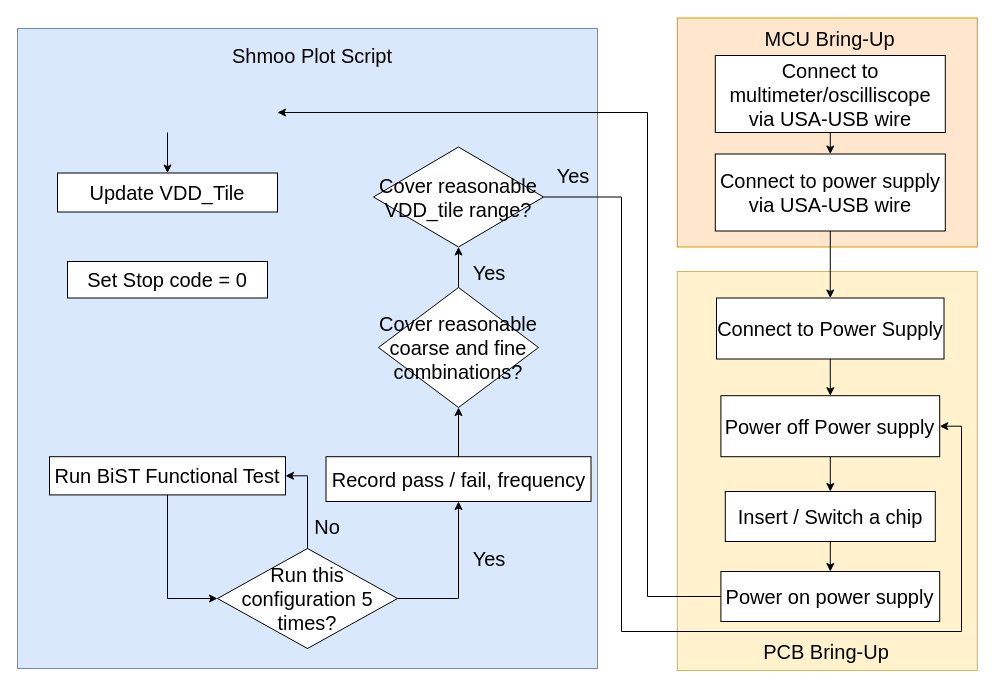
The draw.io diagram page "leakage_dynamic_current" (2 of 3) of lecture/images/presentation_diagrams.drawio in 1102131860/Validation_Chip_Characteristics, before the edit. Source tidied: cells renumbered, new cells numbered last; positions are measured from the earlier drawing's top-left corner, leaving out a move shared by most shapes. Both pictures are drawn from the tidied source at 100%, with x=0, y=0 at pixel (17, 17).
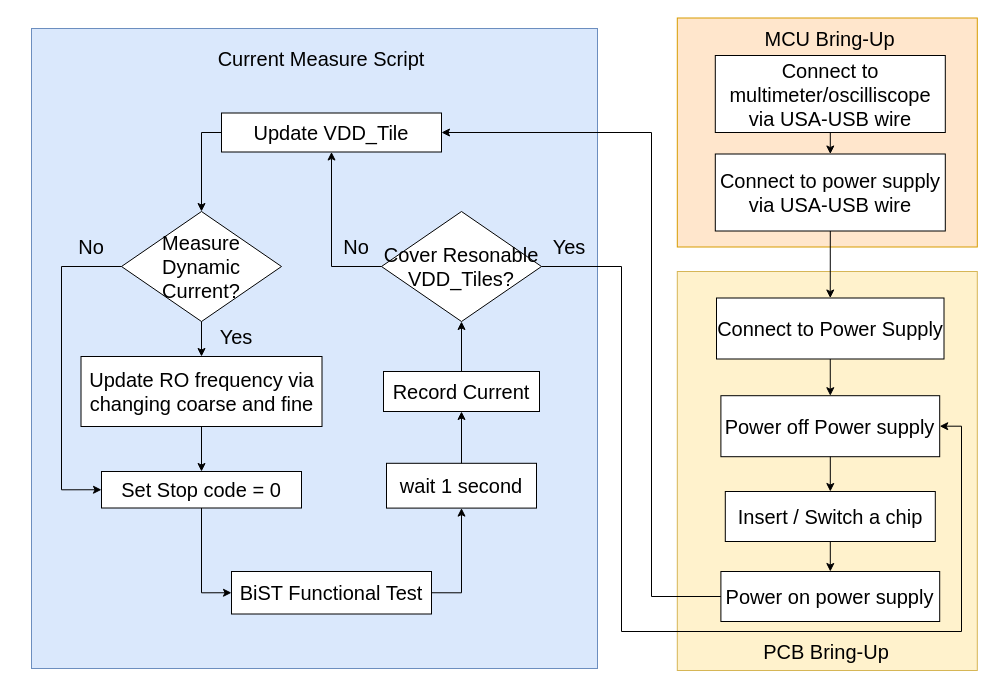
Above is the later version.

Unchanged cells that the change refers to:
```xml
<mxCell id="14" value="&lt;font style=&quot;font-size: 20px;&quot;&gt;Power on power supply&lt;/font&gt;" style="rounded=0;whiteSpace=wrap;html=1;" parent="1" vertex="1">
  <mxGeometry x="703.4" y="554" width="218.8" height="50" as="geometry" />
</mxCell>
<mxCell id="16" value="&lt;span&gt;Power off Power supply&lt;/span&gt;" style="rounded=0;whiteSpace=wrap;html=1;fontSize=20;" parent="1" vertex="1">
  <mxGeometry x="703.4" y="378.2" width="218.8" height="61" as="geometry" />
</mxCell>
```

Change to the diagram source:
```diff
@@
     <mxCell id="2" style="rounded=0;whiteSpace=wrap;html=1;fillColor=#dae8fc;strokeColor=#6c8ebf;" parent="1" vertex="1">
-      <mxGeometry y="11" width="580" height="640" as="geometry" />
+      <mxGeometry x="14" y="11" width="566" height="640" as="geometry" />
     </mxCell>
@@
-    <mxCell id="4" value="&lt;font style=&quot;font-size: 20px;&quot;&gt;Run BiST Functional Test&lt;/font&gt;" style="rounded=0;whiteSpace=wrap;html=1;" parent="1" vertex="1">
-      <mxGeometry x="32" y="439.2" width="236" height="38.2" as="geometry" />
-    </mxCell>
-    <mxCell id="5" value="&lt;font style=&quot;font-size: 20px;&quot;&gt;Cover reasonable coarse and fine combinations?&lt;/font&gt;" style="rhombus;whiteSpace=wrap;html=1;" parent="1" vertex="1">
-      <mxGeometry x="361" y="270" width="160" height="120" as="geometry" />
-    </mxCell>
-    <mxCell id="6" value="&lt;font style=&quot;font-size: 20px;&quot;&gt;Cover reasonable VDD_tile range?&lt;/font&gt;" style="rhombus;whiteSpace=wrap;html=1;" parent="1" vertex="1">
-      <mxGeometry x="356" y="129.5" width="170" height="100" as="geometry" />
-    </mxCell>
     <mxCell id="7" value="&lt;font style=&quot;font-size: 20px;&quot;&gt;Update VDD_Tile&lt;/font&gt;" style="rounded=0;whiteSpace=wrap;html=1;" parent="1" vertex="1">
-      <mxGeometry x="40" y="155.5" width="220" height="39" as="geometry" />
+      <mxGeometry x="204" y="95.5" width="220" height="39" as="geometry" />
     </mxCell>
-    <mxCell id="8" value="&lt;font style=&quot;font-size: 20px;&quot;&gt;Run this configuration 5 times?&lt;/font&gt;" style="rhombus;whiteSpace=wrap;html=1;" parent="1" vertex="1">
-      <mxGeometry x="200" y="531" width="180" height="100" as="geometry" />
-    </mxCell>
-    <mxCell id="9" value="&lt;font style=&quot;font-size: 20px;&quot;&gt;Record pass / fail, frequency&lt;/font&gt;" style="rounded=0;whiteSpace=wrap;html=1;" parent="1" vertex="1">
-      <mxGeometry x="308.5" y="439.2" width="265" height="44.8" as="geometry" />
-    </mxCell>
@@
-    <mxCell id="17" style="endArrow=classic;html=1;rounded=0;entryX=0.5;entryY=0;entryDx=0;entryDy=0;exitX=0.5;exitY=1;exitDx=0;exitDy=0;" parent="1" edge="1" target="7">
-      <mxGeometry relative="1" as="geometry">
-        <mxPoint x="150" y="115" as="sourcePoint" />
-      </mxGeometry>
-    </mxCell>
-    <mxCell id="18" style="endArrow=classic;html=1;rounded=0;exitX=0.5;exitY=1;exitDx=0;exitDy=0;entryX=0;entryY=0.5;entryDx=0;entryDy=0;edgeStyle=orthogonalEdgeStyle;" parent="1" edge="1" source="4" target="8">
-      <mxGeometry relative="1" as="geometry" />
-    </mxCell>
-    <mxCell id="19" style="endArrow=classic;html=1;rounded=0;exitX=1;exitY=0.5;exitDx=0;exitDy=0;entryX=0.5;entryY=1;entryDx=0;entryDy=0;edgeStyle=orthogonalEdgeStyle;" parent="1" edge="1" source="8" target="9">
-      <mxGeometry relative="1" as="geometry" />
-    </mxCell>
-    <mxCell id="20" style="endArrow=classic;html=1;rounded=0;exitX=0.5;exitY=0;exitDx=0;exitDy=0;entryX=1;entryY=0.5;entryDx=0;entryDy=0;edgeStyle=orthogonalEdgeStyle;" parent="1" edge="1" source="8" target="4">
-      <mxGeometry relative="1" as="geometry" />
-    </mxCell>
-    <mxCell id="21" style="endArrow=classic;html=1;rounded=0;entryX=0.5;entryY=1;entryDx=0;entryDy=0;exitX=0.5;exitY=0;exitDx=0;exitDy=0;" parent="1" edge="1" source="9" target="5">
-      <mxGeometry relative="1" as="geometry" />
-    </mxCell>
-    <mxCell id="22" style="endArrow=classic;html=1;rounded=0;exitX=0.5;exitY=0;exitDx=0;exitDy=0;entryX=0.5;entryY=1;entryDx=0;entryDy=0;" parent="1" edge="1" source="5" target="6">
-      <mxGeometry relative="1" as="geometry" />
-    </mxCell>
@@
-    <mxCell id="24" value="&lt;font style=&quot;font-size: 20px;&quot;&gt;Shmoo Plot Script&lt;/font&gt;" style="text;html=1;whiteSpace=wrap;strokeColor=none;fillColor=none;align=center;verticalAlign=middle;rounded=0;" parent="1" vertex="1">
-      <mxGeometry x="210" y="18" width="170" height="40.2" as="geometry" />
+    <mxCell id="24" value="&lt;font style=&quot;font-size: 20px;&quot;&gt;Current Measure Script&lt;/font&gt;" style="text;html=1;whiteSpace=wrap;strokeColor=none;fillColor=none;align=center;verticalAlign=middle;rounded=0;" parent="1" vertex="1">
+      <mxGeometry x="187" y="18" width="234" height="46" as="geometry" />
     </mxCell>
-    <mxCell id="25" style="endArrow=classic;html=1;rounded=0;exitX=0;exitY=0.5;exitDx=0;exitDy=0;entryX=1;entryY=0.5;entryDx=0;entryDy=0;edgeStyle=orthogonalEdgeStyle;" parent="1" edge="1" source="14">
-      <mxGeometry relative="1" as="geometry">
-        <mxPoint x="260" y="95" as="targetPoint" />
-        <Array as="points">
-          <mxPoint x="630" y="579" />
-          <mxPoint x="630" y="95" />
-        </Array>
-      </mxGeometry>
-    </mxCell>
@@
-    <mxCell id="29" value="&lt;font style=&quot;font-size: 20px;&quot;&gt;No&lt;/font&gt;" style="text;html=1;whiteSpace=wrap;strokeColor=none;fillColor=none;align=center;verticalAlign=middle;rounded=0;" parent="1" vertex="1">
-      <mxGeometry x="280" y="494" width="60" height="30" as="geometry" />
-    </mxCell>
-    <mxCell id="30" value="&lt;font style=&quot;font-size: 20px;&quot;&gt;Yes&lt;/font&gt;" style="text;html=1;whiteSpace=wrap;strokeColor=none;fillColor=none;align=center;verticalAlign=middle;rounded=0;" parent="1" vertex="1">
-      <mxGeometry x="444" y="527" width="56" height="27" as="geometry" />
-    </mxCell>
-    <mxCell id="31" value="&lt;font style=&quot;font-size: 20px;&quot;&gt;Yes&lt;/font&gt;" style="text;html=1;whiteSpace=wrap;strokeColor=none;fillColor=none;align=center;verticalAlign=middle;rounded=0;" parent="1" vertex="1">
-      <mxGeometry x="442" y="240" width="60" height="30" as="geometry" />
-    </mxCell>
-    <mxCell id="32" value="&lt;font style=&quot;font-size: 20px;&quot;&gt;Yes&lt;/font&gt;" style="text;html=1;whiteSpace=wrap;strokeColor=none;fillColor=none;align=center;verticalAlign=middle;rounded=0;" parent="1" vertex="1">
-      <mxGeometry x="526" y="142.5" width="60" height="30" as="geometry" />
-    </mxCell>
@@
-    <mxCell id="35" style="endArrow=classic;html=1;rounded=0;exitX=1;exitY=0.5;exitDx=0;exitDy=0;entryX=1;entryY=0.5;entryDx=0;entryDy=0;edgeStyle=orthogonalEdgeStyle;" parent="1" edge="1" source="6" target="16">
-      <mxGeometry relative="1" as="geometry">
-        <Array as="points">
-          <mxPoint x="604" y="180" />
-          <mxPoint x="604" y="614" />
-          <mxPoint x="944" y="614" />
-          <mxPoint x="944" y="409" />
-        </Array>
-      </mxGeometry>
-    </mxCell>
@@
     <mxCell id="37" value="&lt;font style=&quot;font-size: 20px;&quot;&gt;Set Stop code = 0&lt;/font&gt;" style="rounded=0;whiteSpace=wrap;html=1;" parent="1" vertex="1">
-      <mxGeometry x="50" y="244" width="200" height="36.5" as="geometry" />
+      <mxGeometry x="84" y="454" width="200" height="36.5" as="geometry" />
     </mxCell>
+    <mxCell id="38" value="&lt;font style=&quot;font-size: 20px;&quot;&gt;BiST Functional Test&lt;/font&gt;" style="rounded=0;whiteSpace=wrap;html=1;" parent="1" vertex="1">
+      <mxGeometry x="214" y="554" width="200" height="42.5" as="geometry" />
+    </mxCell>
+    <mxCell id="39" value="&lt;font style=&quot;font-size: 20px;&quot;&gt;wait 1 second&lt;/font&gt;" style="rounded=0;whiteSpace=wrap;html=1;" parent="1" vertex="1">
+      <mxGeometry x="369" y="445.8" width="150" height="44.8" as="geometry" />
+    </mxCell>
+    <mxCell id="40" value="&lt;font style=&quot;font-size: 20px;&quot;&gt;Record Current&lt;/font&gt;" style="rounded=0;whiteSpace=wrap;html=1;" parent="1" vertex="1">
+      <mxGeometry x="366" y="354" width="156" height="40" as="geometry" />
+    </mxCell>
+    <mxCell id="41" value="&lt;font style=&quot;font-size: 20px;&quot;&gt;Update RO frequency via changing coarse and fine&lt;/font&gt;" style="rounded=0;whiteSpace=wrap;html=1;" parent="1" vertex="1">
+      <mxGeometry x="63.5" y="339" width="241" height="70" as="geometry" />
+    </mxCell>
+    <mxCell id="42" value="&lt;font style=&quot;font-size: 20px;&quot;&gt;Cover Resonable VDD_Tiles?&lt;/font&gt;" style="rhombus;whiteSpace=wrap;html=1;" parent="1" vertex="1">
+      <mxGeometry x="364" y="194" width="160" height="110" as="geometry" />
+    </mxCell>
+    <mxCell id="43" value="&lt;font style=&quot;font-size: 20px;&quot;&gt;Measure Dynamic Current?&lt;/font&gt;" style="rhombus;whiteSpace=wrap;html=1;" parent="1" vertex="1">
+      <mxGeometry x="104" y="194" width="160" height="110" as="geometry" />
+    </mxCell>
+    <mxCell id="44" style="endArrow=classic;html=1;rounded=0;exitX=0;exitY=0.5;exitDx=0;exitDy=0;entryX=1;entryY=0.5;entryDx=0;entryDy=0;edgeStyle=orthogonalEdgeStyle;" parent="1" edge="1" source="14" target="7">
+      <mxGeometry relative="1" as="geometry">
+        <Array as="points">
+          <mxPoint x="634" y="579" />
+          <mxPoint x="634" y="115" />
+        </Array>
+      </mxGeometry>
+    </mxCell>
+    <mxCell id="45" style="endArrow=classic;html=1;rounded=0;exitX=0;exitY=0.5;exitDx=0;exitDy=0;entryX=0.5;entryY=0;entryDx=0;entryDy=0;edgeStyle=orthogonalEdgeStyle;" parent="1" edge="1" source="7" target="43">
+      <mxGeometry relative="1" as="geometry" />
+    </mxCell>
+    <mxCell id="46" style="endArrow=classic;html=1;rounded=0;exitX=0;exitY=0.5;exitDx=0;exitDy=0;entryX=0;entryY=0.5;entryDx=0;entryDy=0;edgeStyle=orthogonalEdgeStyle;" parent="1" edge="1" source="43" target="37">
+      <mxGeometry relative="1" as="geometry">
+        <Array as="points">
+          <mxPoint x="44" y="249" />
+          <mxPoint x="44" y="472" />
+        </Array>
+      </mxGeometry>
+    </mxCell>
+    <mxCell id="47" style="endArrow=classic;html=1;rounded=0;exitX=0.5;exitY=1;exitDx=0;exitDy=0;entryX=0.5;entryY=0;entryDx=0;entryDy=0;" parent="1" edge="1" source="43" target="41">
+      <mxGeometry relative="1" as="geometry" />
+    </mxCell>
+    <mxCell id="48" style="endArrow=classic;html=1;rounded=0;exitX=0.5;exitY=1;exitDx=0;exitDy=0;entryX=0.5;entryY=0;entryDx=0;entryDy=0;" parent="1" edge="1" source="41" target="37">
+      <mxGeometry relative="1" as="geometry" />
+    </mxCell>
+    <mxCell id="49" style="endArrow=classic;html=1;rounded=0;exitX=0.5;exitY=1;exitDx=0;exitDy=0;entryX=0;entryY=0.5;entryDx=0;entryDy=0;edgeStyle=orthogonalEdgeStyle;" parent="1" edge="1" source="37" target="38">
+      <mxGeometry relative="1" as="geometry" />
+    </mxCell>
+    <mxCell id="50" style="endArrow=classic;html=1;rounded=0;exitX=1;exitY=0.5;exitDx=0;exitDy=0;entryX=0.5;entryY=1;entryDx=0;entryDy=0;edgeStyle=orthogonalEdgeStyle;" parent="1" edge="1" source="38" target="39">
+      <mxGeometry relative="1" as="geometry" />
+    </mxCell>
+    <mxCell id="51" style="endArrow=classic;html=1;rounded=0;exitX=0.5;exitY=0;exitDx=0;exitDy=0;entryX=0.5;entryY=1;entryDx=0;entryDy=0;" parent="1" edge="1" source="39" target="40">
+      <mxGeometry relative="1" as="geometry" />
+    </mxCell>
+    <mxCell id="52" style="endArrow=classic;html=1;rounded=0;exitX=0.5;exitY=0;exitDx=0;exitDy=0;entryX=0.5;entryY=1;entryDx=0;entryDy=0;" parent="1" edge="1" source="40" target="42">
+      <mxGeometry relative="1" as="geometry" />
+    </mxCell>
+    <mxCell id="53" style="endArrow=classic;html=1;rounded=0;exitX=0;exitY=0.5;exitDx=0;exitDy=0;entryX=0.5;entryY=1;entryDx=0;entryDy=0;edgeStyle=orthogonalEdgeStyle;" parent="1" edge="1" source="42" target="7">
+      <mxGeometry relative="1" as="geometry" />
+    </mxCell>
+    <mxCell id="54" style="endArrow=classic;html=1;rounded=0;exitX=1;exitY=0.5;exitDx=0;exitDy=0;entryX=1;entryY=0.5;entryDx=0;entryDy=0;edgeStyle=orthogonalEdgeStyle;" parent="1" edge="1" source="42" target="16">
+      <mxGeometry relative="1" as="geometry">
+        <Array as="points">
+          <mxPoint x="604" y="249" />
+          <mxPoint x="604" y="614" />
+          <mxPoint x="944" y="614" />
+          <mxPoint x="944" y="409" />
+        </Array>
+      </mxGeometry>
+    </mxCell>
+    <mxCell id="55" value="&lt;font style=&quot;font-size: 20px;&quot;&gt;No&lt;/font&gt;" style="text;html=1;whiteSpace=wrap;strokeColor=none;fillColor=none;align=center;verticalAlign=middle;rounded=0;" parent="1" vertex="1">
+      <mxGeometry x="44" y="213.5" width="60" height="30" as="geometry" />
+    </mxCell>
+    <mxCell id="56" value="&lt;font style=&quot;font-size: 20px;&quot;&gt;Yes&lt;/font&gt;" style="text;html=1;whiteSpace=wrap;strokeColor=none;fillColor=none;align=center;verticalAlign=middle;rounded=0;" parent="1" vertex="1">
+      <mxGeometry x="189" y="304" width="60" height="30" as="geometry" />
+    </mxCell>
+    <mxCell id="57" value="&lt;font style=&quot;font-size: 20px;&quot;&gt;No&lt;/font&gt;" style="text;html=1;whiteSpace=wrap;strokeColor=none;fillColor=none;align=center;verticalAlign=middle;rounded=0;" parent="1" vertex="1">
+      <mxGeometry x="309" y="213.5" width="60" height="30" as="geometry" />
+    </mxCell>
+    <mxCell id="58" value="&lt;font style=&quot;font-size: 20px;&quot;&gt;Yes&lt;/font&gt;" style="text;html=1;whiteSpace=wrap;strokeColor=none;fillColor=none;align=center;verticalAlign=middle;rounded=0;" parent="1" vertex="1">
+      <mxGeometry x="522" y="213.5" width="60" height="30" as="geometry" />
+    </mxCell>
```
